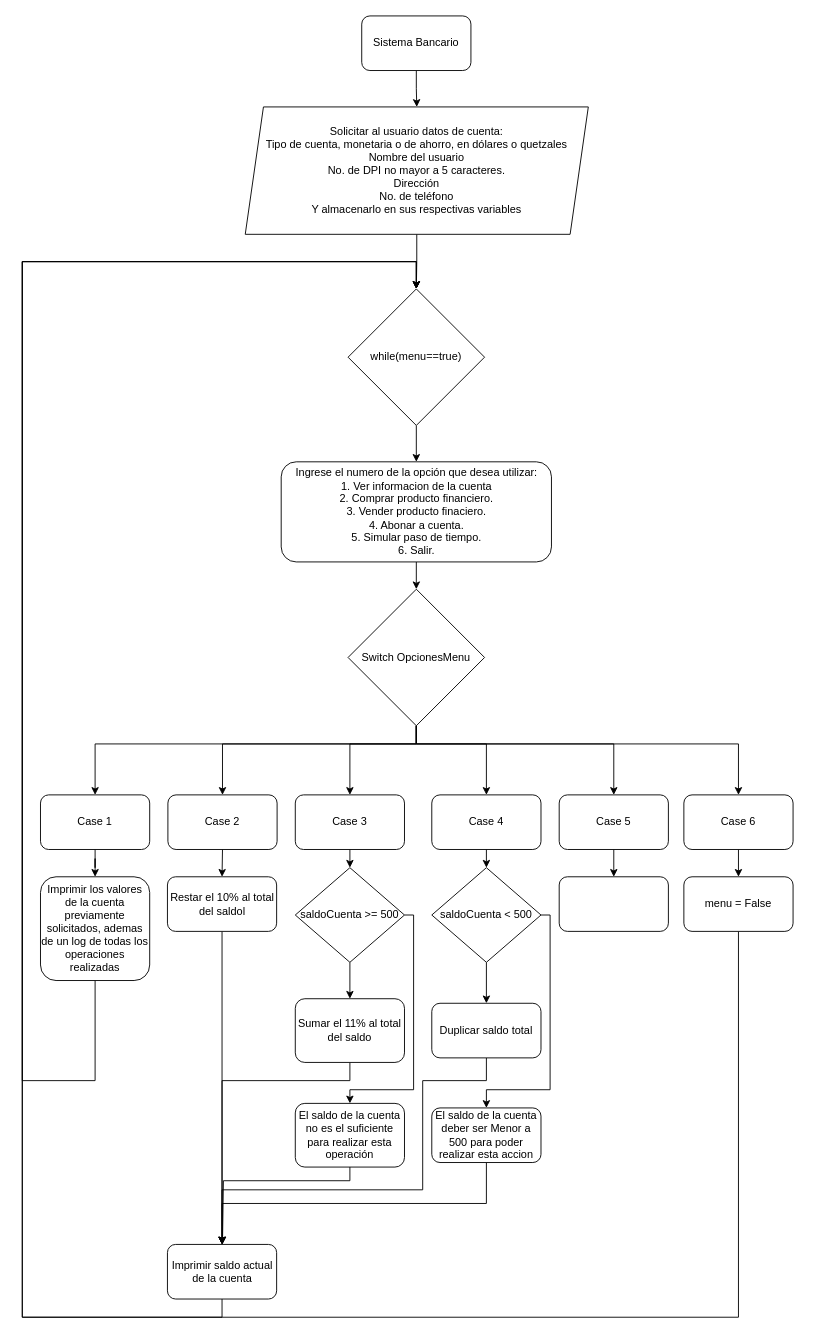
Above: Proyecto1Semana10.drawio in santiagoesdras/carrera-C- (draw.io), before the change. Source tidied: cells renumbered, new cells numbered last; positions are measured from the earlier drawing's top-left corner, leaving out a move shared by most shapes. Both pictures are drawn from the tidied source at 91%, with x=0, y=0 at pixel (22, 15).
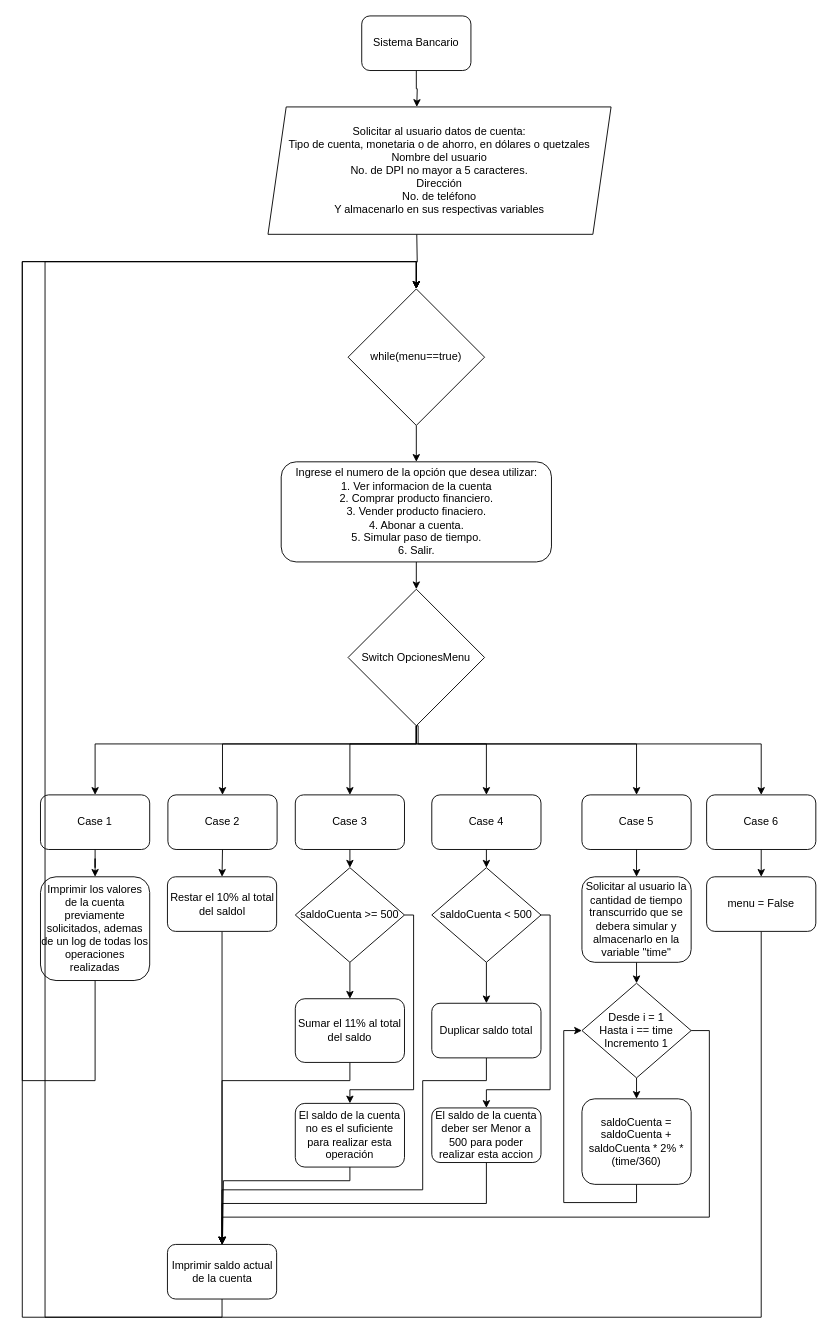
Above is the later version.

Unchanged cells that the change refers to:
```xml
<mxCell id="3" value="Sistema Bancario" style="rounded=1;whiteSpace=wrap;html=1;" parent="1" vertex="1">
  <mxGeometry x="373" width="120" height="60" as="geometry" />
</mxCell>
<mxCell id="12" value="Switch OpcionesMenu" style="rhombus;whiteSpace=wrap;html=1;" parent="1" vertex="1">
  <mxGeometry x="358" y="630" width="150" height="150" as="geometry" />
</mxCell>
<mxCell id="49" value="while(menu==true)" style="rhombus;whiteSpace=wrap;html=1;" parent="1" vertex="1">
  <mxGeometry x="358" y="300" width="150" height="150" as="geometry" />
</mxCell>
<mxCell id="51" value="Imprimir saldo actual de la cuenta" style="rounded=1;whiteSpace=wrap;html=1;" parent="1" vertex="1">
  <mxGeometry x="159.5" y="1350" width="120" height="60" as="geometry" />
</mxCell>
```

Change to the diagram source:
```diff
@@
-    <mxCell id="2" style="edgeStyle=orthogonalEdgeStyle;rounded=0;jettySize=auto;html=1;exitX=0.5;exitY=1;exitDx=0;exitDy=0;entryX=0.5;entryY=0;entryDx=0;entryDy=0;" parent="1" edge="1" source="3" target="5">
-      <mxGeometry relative="1" as="geometry" />
+    <mxCell id="2" style="edgeStyle=orthogonalEdgeStyle;rounded=0;jettySize=auto;html=1;exitX=0.5;exitY=1;exitDx=0;exitDy=0;entryX=0.5;entryY=0;entryDx=0;entryDy=0;" parent="1" edge="1" source="3">
+      <mxGeometry relative="1" as="geometry">
+        <mxPoint x="433.5" y="100" as="targetPoint" />
+      </mxGeometry>
     </mxCell>
@@
-    <mxCell id="4" style="edgeStyle=orthogonalEdgeStyle;rounded=0;jettySize=auto;html=1;exitX=0.5;exitY=1;exitDx=0;exitDy=0;entryX=0.5;entryY=0;entryDx=0;entryDy=0;" parent="1" edge="1" source="5" target="49">
-      <mxGeometry relative="1" as="geometry" />
+    <mxCell id="4" style="edgeStyle=orthogonalEdgeStyle;rounded=0;jettySize=auto;html=1;exitX=0.5;exitY=1;exitDx=0;exitDy=0;entryX=0.5;entryY=0;entryDx=0;entryDy=0;" parent="1" edge="1" target="49">
+      <mxGeometry relative="1" as="geometry">
+        <mxPoint x="433.5" y="240" as="sourcePoint" />
+      </mxGeometry>
     </mxCell>
     <mxCell id="5" value="Solicitar al usuario datos de cuenta:&lt;div&gt;Tipo de cuenta, monetaria o de ahorro, en dólares o quetzales&lt;/div&gt;&lt;div&gt;Nombre del usuario&lt;/div&gt;&lt;div&gt;No. de DPI no mayor a 5 caracteres&lt;span style=&quot;background-color: initial;&quot;&gt;.&lt;/span&gt;&lt;/div&gt;&lt;div&gt;&lt;span style=&quot;background-color: initial;&quot;&gt;Dirección&lt;/span&gt;&lt;/div&gt;&lt;div&gt;&lt;span style=&quot;background-color: initial;&quot;&gt;No. de teléfono&lt;/span&gt;&lt;/div&gt;&lt;div&gt;&lt;span style=&quot;background-color: initial;&quot;&gt;Y almacenarlo en sus respectivas variables&lt;/span&gt;&lt;/div&gt;" style="shape=parallelogram;perimeter=parallelogramPerimeter;whiteSpace=wrap;html=1;fixedSize=1;" parent="1" vertex="1">
-      <mxGeometry x="245" y="100" width="377" height="140" as="geometry" />
+      <mxGeometry x="270" y="100" width="377" height="140" as="geometry" />
     </mxCell>
@@
     <mxCell id="7" style="edgeStyle=orthogonalEdgeStyle;rounded=0;jettySize=auto;html=1;exitX=0.5;exitY=1;exitDx=0;exitDy=0;entryX=0.5;entryY=0;entryDx=0;entryDy=0;" parent="1" edge="1" source="12" target="22">
       <mxGeometry relative="1" as="geometry">
         <Array as="points">
           <mxPoint x="433" y="800" />
-          <mxPoint x="650" y="800" />
+          <mxPoint x="675" y="800" />
         </Array>
       </mxGeometry>
     </mxCell>
     <mxCell id="8" style="edgeStyle=orthogonalEdgeStyle;rounded=0;jettySize=auto;html=1;exitX=0.5;exitY=1;exitDx=0;exitDy=0;entryX=0.5;entryY=0;entryDx=0;entryDy=0;" parent="1" edge="1" source="12" target="24">
       <mxGeometry relative="1" as="geometry">
         <Array as="points">
-          <mxPoint x="433" y="800" />
-          <mxPoint x="787" y="800" />
+          <mxPoint x="435" y="780" />
+          <mxPoint x="435" y="800" />
+          <mxPoint x="812" y="800" />
         </Array>
       </mxGeometry>
     </mxCell>
@@
     <mxCell id="22" value="Case 5" style="rounded=1;whiteSpace=wrap;html=1;" parent="1" vertex="1">
-      <mxGeometry x="590" y="856" width="120" height="60" as="geometry" />
+      <mxGeometry x="615" y="856" width="120" height="60" as="geometry" />
     </mxCell>
@@
     <mxCell id="24" value="Case 6" style="rounded=1;whiteSpace=wrap;html=1;" parent="1" vertex="1">
-      <mxGeometry x="727" y="856" width="120" height="60" as="geometry" />
+      <mxGeometry x="752" y="856" width="120" height="60" as="geometry" />
     </mxCell>
@@
+    <mxCell id="52" style="edgeStyle=orthogonalEdgeStyle;rounded=0;jettySize=auto;html=1;exitX=0.5;exitY=1;exitDx=0;exitDy=0;entryX=0.5;entryY=0;entryDx=0;entryDy=0;" parent="1" edge="1" source="31" target="55">
+      <mxGeometry relative="1" as="geometry" />
+    </mxCell>
-    <mxCell id="31" style="rounded=1;whiteSpace=wrap;html=1;" parent="1" vertex="1">
-      <mxGeometry x="590" y="946" width="120" height="60" as="geometry" />
+    <mxCell id="31" value="Solicitar al usuario la cantidad de tiempo transcurrido que se debera simular y almacenarlo en la variable &quot;time&quot;" style="rounded=1;whiteSpace=wrap;html=1;" parent="1" vertex="1">
+      <mxGeometry x="615" y="946" width="120" height="94" as="geometry" />
     </mxCell>
@@
     <mxCell id="46" style="edgeStyle=orthogonalEdgeStyle;rounded=0;jettySize=auto;html=1;exitX=0.5;exitY=1;exitDx=0;exitDy=0;entryX=0.5;entryY=0;entryDx=0;entryDy=0;" parent="1" edge="1" source="47" target="49">
       <mxGeometry relative="1" as="geometry">
         <Array as="points">
-          <mxPoint x="787" y="1430" />
-          <mxPoint y="1430" />
-          <mxPoint y="270" />
+          <mxPoint x="812" y="1430" />
+          <mxPoint x="25" y="1430" />
+          <mxPoint x="25" y="270" />
           <mxPoint x="433" y="270" />
         </Array>
       </mxGeometry>
     </mxCell>
     <mxCell id="47" value="menu = False" style="rounded=1;whiteSpace=wrap;html=1;" parent="1" vertex="1">
-      <mxGeometry x="727" y="946" width="120" height="60" as="geometry" />
+      <mxGeometry x="752" y="946" width="120" height="60" as="geometry" />
     </mxCell>
@@
+    <mxCell id="53" style="edgeStyle=orthogonalEdgeStyle;rounded=0;jettySize=auto;html=1;exitX=0.5;exitY=1;exitDx=0;exitDy=0;entryX=0.5;entryY=0;entryDx=0;entryDy=0;" parent="1" edge="1" source="55" target="57">
+      <mxGeometry relative="1" as="geometry" />
+    </mxCell>
+    <mxCell id="54" style="edgeStyle=orthogonalEdgeStyle;rounded=0;jettySize=auto;html=1;exitX=1;exitY=0.5;exitDx=0;exitDy=0;entryX=0.5;entryY=0;entryDx=0;entryDy=0;" parent="1" edge="1" source="55" target="51">
+      <mxGeometry relative="1" as="geometry">
+        <Array as="points">
+          <mxPoint x="755" y="1115" />
+          <mxPoint x="755" y="1320" />
+          <mxPoint x="220" y="1320" />
+        </Array>
+      </mxGeometry>
+    </mxCell>
+    <mxCell id="55" value="Desde i = 1&lt;div&gt;Hasta i == time&lt;br&gt;Incremento 1&lt;/div&gt;" style="rhombus;whiteSpace=wrap;html=1;" parent="1" vertex="1">
+      <mxGeometry x="615" y="1063" width="120" height="104" as="geometry" />
+    </mxCell>
+    <mxCell id="56" style="edgeStyle=orthogonalEdgeStyle;rounded=0;jettySize=auto;html=1;exitX=0.5;exitY=1;exitDx=0;exitDy=0;entryX=0;entryY=0.5;entryDx=0;entryDy=0;" parent="1" edge="1" source="57" target="55">
+      <mxGeometry relative="1" as="geometry" />
+    </mxCell>
+    <mxCell id="57" value="saldoCuenta = saldoCuenta + saldoCuenta * 2% * (time/360)" style="rounded=1;whiteSpace=wrap;html=1;" parent="1" vertex="1">
+      <mxGeometry x="615" y="1190" width="120" height="94" as="geometry" />
+    </mxCell>
```
